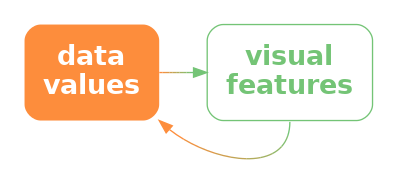
Earlier version of the Graphviz export Diagrams/data-vis-decode.png (pmur002/hdvw). Its source is kept beside it as Diagrams/data-vis-decode.dot.
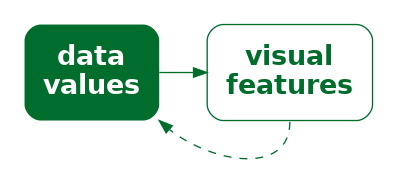
Above is the later version.

Diff of the diagram source:
```diff
@@ -1,9 +1,9 @@
 digraph {
   graph [ rankdir=LR; margin=.2; nodesep=.5 ];
   node [ fontsize=20; fontname="sans bold"; margin=.2 ];
-  data [ label="data\nvalues"; shape=box; style="filled, rounded"; penwidth=0; fontcolor=white; fillcolor="#FD8D3C" ]
+  data [ label="data\nvalues"; shape=box; style="filled, rounded"; penwidth=0; fontcolor=white; fillcolor="#006D2C" ]
   vis [ label="visual\nfeatures"; shape=box;
-     style="rounded"; color="#74C476"; fontcolor="#74C476" ]
-  data -> vis [ style="bold"; penwidth=1; color="#FD8D3C;0.1:#EE9342;0.1:#DF9949;0.1:#CF9F4F;0.1:#C0A556;0.1:#B1AC5C;0.1:#A2B263;0.1:#92B869;0.1:#83BE70;0.1:#74C476;0.1" ]
-  vis:s -> data:se [ style="solid", color="#74C476;0.1:#83BE70;0.1:#92B869;0.1:#A2B263;0.1:#B1AC5C;0.1:#C0A556;0.1:#CF9F4F;0.1:#DF9949;0.1:#EE9342;0.1:#FD8D3C;0.1" ]
+     style="rounded"; color="#006D2C"; fontcolor="#006D2C" ]
+  data -> vis [ style="bold"; penwidth=1; color="#006D2C" ]
+  vis:s -> data:se [ style="dashed", color="#006D2C" ]
 }
```
